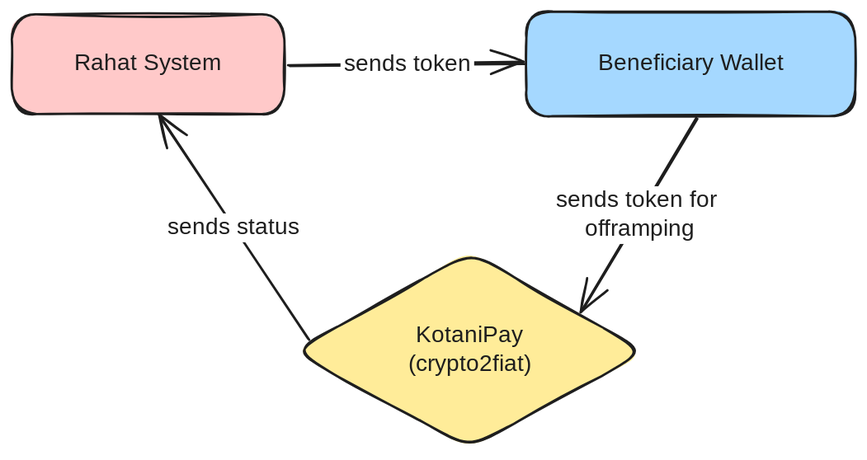
This is docs/diagrams/offramp-kotani.excalidraw.svg from rahataid/rahat-platform, a Excalidraw export, as it was before one commit. Source tidied: one line per element, renumbered; positions are measured from the earlier drawing's top-left corner, leaving out a move shared by most shapes.
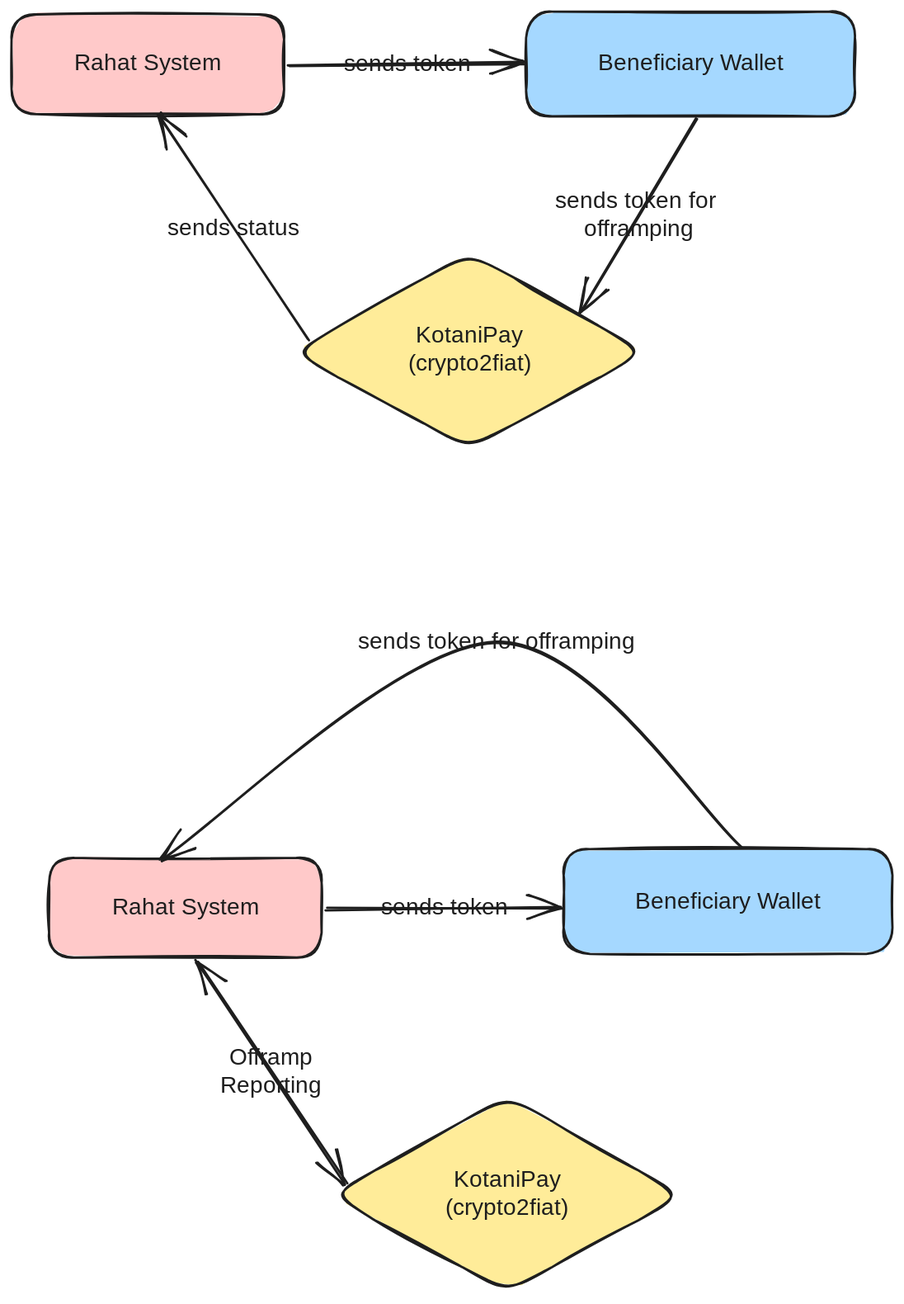
The same diagram one commit later.

What changed in the source:
```diff
@@ -1,12 +1,24 @@
 {"id": 0, "type": "rectangle", "strokeColor": "#1e1e1e", "backgroundColor": "#ffc9c9", "fillStyle": "solid", "strokeWidth": 2, "roughness": 1, "round": true, "x": 0, "y": 2, "width": 236, "height": 86}
-{"id": 1, "type": "text", "text": "Rahat System", "strokeColor": "#1e1e1e", "strokeWidth": 2, "roughness": 1, "fontSize": 20, "fontFamily": 1, "textAlign": "center", "verticalAlign": "middle", "inside": 0, "x": 49, "y": 33, "width": 139, "height": 25}
+{"id": 1, "type": "text", "text": "Rahat System", "strokeColor": "#1e1e1e", "strokeWidth": 2, "roughness": 1, "fontSize": 20, "fontFamily": 1, "textAlign": "center", "verticalAlign": "middle", "inside": 0, "x": 49, "y": 33, "width": 139, "height": 24}
 {"id": 2, "type": "rectangle", "strokeColor": "#1e1e1e", "backgroundColor": "#a5d8ff", "fillStyle": "solid", "strokeWidth": 2, "roughness": 1, "round": true, "x": 446, "y": 0, "width": 285, "height": 91}
-{"id": 3, "type": "text", "text": "Beneficiary Wallet", "strokeColor": "#1e1e1e", "strokeWidth": 2, "roughness": 1, "fontSize": 20, "fontFamily": 1, "textAlign": "center", "verticalAlign": "middle", "inside": 2, "x": 500, "y": 33, "width": 177, "height": 25}
+{"id": 3, "type": "text", "text": "Beneficiary Wallet", "strokeColor": "#1e1e1e", "strokeWidth": 2, "roughness": 1, "fontSize": 20, "fontFamily": 1, "textAlign": "center", "verticalAlign": "middle", "inside": 2, "x": 500, "y": 33, "width": 177, "height": 24}
 {"id": 4, "type": "diamond", "strokeColor": "#1e1e1e", "backgroundColor": "#ffec99", "fillStyle": "solid", "strokeWidth": 2, "roughness": 1, "round": true, "x": 244, "y": 209, "width": 305, "height": 170}
-{"id": 5, "type": "text", "text": "KotaniPay\n(crypto2fiat)", "strokeColor": "#1e1e1e", "backgroundColor": "#ffec99", "fillStyle": "solid", "strokeWidth": 2, "roughness": 1, "fontSize": 20, "fontFamily": 1, "textAlign": "center", "verticalAlign": "middle", "inside": 4, "x": 332, "y": 269, "width": 128, "height": 50}
+{"id": 5, "type": "text", "text": "KotaniPay\n(crypto2fiat)", "strokeColor": "#1e1e1e", "backgroundColor": "#ffec99", "fillStyle": "solid", "strokeWidth": 2, "roughness": 1, "fontSize": 20, "fontFamily": 1, "textAlign": "center", "verticalAlign": "middle", "inside": 4, "x": 332, "y": 269, "width": 128, "height": 48}
 {"id": 6, "type": "arrow", "strokeColor": "#1e1e1e", "backgroundColor": "#ffec99", "fillStyle": "solid", "strokeWidth": 2, "roughness": 1, "endArrowhead": "arrow", "round": true, "from": 0, "to": 2, "x": 241, "y": 46, "width": 204, "height": 1, "points": [[0, 0], [204, -1]]}
-{"id": 7, "type": "text", "text": "sends token", "strokeColor": "#1e1e1e", "backgroundColor": "#ffec99", "fillStyle": "solid", "strokeWidth": 2, "roughness": 1, "fontSize": 20, "fontFamily": 1, "textAlign": "center", "verticalAlign": "middle", "inside": 6, "x": 285, "y": 33, "width": 116, "height": 25}
+{"id": 7, "type": "text", "text": "sends token", "strokeColor": "#1e1e1e", "backgroundColor": "#ffec99", "fillStyle": "solid", "strokeWidth": 2, "roughness": 1, "fontSize": 20, "fontFamily": 1, "textAlign": "center", "verticalAlign": "middle", "inside": 6, "x": 285, "y": 34, "width": 116, "height": 24}
 {"id": 8, "type": "arrow", "strokeColor": "#1e1e1e", "backgroundColor": "#ffec99", "fillStyle": "solid", "strokeWidth": 2, "roughness": 1, "endArrowhead": "arrow", "round": true, "from": 2, "to": 4, "x": 593, "y": 92, "width": 99, "height": 168, "points": [[0, 0], [-99, 168]]}
-{"id": 9, "type": "text", "text": "sends token for \nofframping", "strokeColor": "#1e1e1e", "backgroundColor": "#ffec99", "fillStyle": "solid", "strokeWidth": 2, "roughness": 1, "fontSize": 20, "fontFamily": 1, "textAlign": "center", "verticalAlign": "middle", "inside": 8, "x": 419, "y": 121, "width": 165, "height": 50}
+{"id": 9, "type": "text", "text": "sends token for \nofframping", "strokeColor": "#1e1e1e", "backgroundColor": "#ffec99", "fillStyle": "solid", "strokeWidth": 2, "roughness": 1, "fontSize": 20, "fontFamily": 1, "textAlign": "center", "verticalAlign": "middle", "inside": 8, "x": 461, "y": 152, "width": 165, "height": 48}
 {"id": 10, "type": "arrow", "strokeColor": "#1e1e1e", "backgroundColor": "#ffec99", "fillStyle": "solid", "strokeWidth": 2, "roughness": 1, "endArrowhead": "arrow", "round": true, "from": 4, "to": 0, "x": 257, "y": 285, "width": 129, "height": 194, "points": [[0, 0], [-129, -194]]}
-{"id": 11, "type": "text", "text": "sends status", "strokeColor": "#1e1e1e", "backgroundColor": "#ffec99", "fillStyle": "solid", "strokeWidth": 2, "roughness": 1, "fontSize": 20, "fontFamily": 1, "textAlign": "center", "verticalAlign": "middle", "inside": 10, "x": 125, "y": 164, "width": 132, "height": 25}
+{"id": 11, "type": "text", "text": "sends status", "strokeColor": "#1e1e1e", "backgroundColor": "#ffec99", "fillStyle": "solid", "strokeWidth": 2, "roughness": 1, "fontSize": 20, "fontFamily": 1, "textAlign": "center", "verticalAlign": "middle", "inside": 10, "x": 126, "y": 175, "width": 132, "height": 24}
+{"id": 12, "type": "rectangle", "strokeColor": "#1e1e1e", "backgroundColor": "#ffc9c9", "fillStyle": "solid", "strokeWidth": 2, "roughness": 1, "round": true, "x": 33, "y": 733, "width": 236, "height": 86}
+{"id": 13, "type": "text", "text": "Rahat System", "strokeColor": "#1e1e1e", "strokeWidth": 2, "roughness": 1, "fontSize": 20, "fontFamily": 1, "textAlign": "center", "verticalAlign": "middle", "inside": 12, "x": 81, "y": 764, "width": 139, "height": 24}
+{"id": 14, "type": "rectangle", "strokeColor": "#1e1e1e", "backgroundColor": "#a5d8ff", "fillStyle": "solid", "strokeWidth": 2, "roughness": 1, "round": true, "x": 478, "y": 725, "width": 285, "height": 91}
+{"id": 15, "type": "text", "text": "Beneficiary Wallet", "strokeColor": "#1e1e1e", "strokeWidth": 2, "roughness": 1, "fontSize": 20, "fontFamily": 1, "textAlign": "center", "verticalAlign": "middle", "inside": 14, "x": 532, "y": 758, "width": 177, "height": 24}
+{"id": 16, "type": "diamond", "strokeColor": "#1e1e1e", "backgroundColor": "#ffec99", "fillStyle": "solid", "strokeWidth": 2, "roughness": 1, "round": true, "x": 276, "y": 939, "width": 305, "height": 170}
+{"id": 17, "type": "text", "text": "KotaniPay\n(crypto2fiat)", "strokeColor": "#1e1e1e", "backgroundColor": "#ffec99", "fillStyle": "solid", "strokeWidth": 2, "roughness": 1, "fontSize": 20, "fontFamily": 1, "textAlign": "center", "verticalAlign": "middle", "inside": 16, "x": 365, "y": 1000, "width": 128, "height": 48}
+{"id": 18, "type": "arrow", "strokeColor": "#1e1e1e", "backgroundColor": "#ffec99", "fillStyle": "solid", "strokeWidth": 2, "roughness": 1, "endArrowhead": "arrow", "round": true, "from": 12, "to": 14, "x": 273, "y": 776, "width": 204, "height": 1, "points": [[0, 0], [204, -1]]}
+{"id": 19, "type": "text", "text": "sends token", "strokeColor": "#1e1e1e", "backgroundColor": "#ffec99", "fillStyle": "solid", "strokeWidth": 2, "roughness": 1, "fontSize": 20, "fontFamily": 1, "textAlign": "center", "verticalAlign": "middle", "inside": 18, "x": 317, "y": 764, "width": 116, "height": 24}
+{"id": 20, "type": "arrow", "strokeColor": "#1e1e1e", "backgroundColor": "#ffec99", "fillStyle": "solid", "strokeWidth": 2, "roughness": 1, "startArrowhead": "arrow", "endArrowhead": "arrow", "round": true, "from": 16, "to": 12, "x": 289, "y": 1015, "width": 129, "height": 194, "points": [[0, 0], [-129, -194]]}
+{"id": 21, "type": "text", "text": "Offramp\nReporting", "strokeColor": "#1e1e1e", "backgroundColor": "#ffec99", "fillStyle": "solid", "strokeWidth": 2, "roughness": 1, "fontSize": 20, "fontFamily": 1, "textAlign": "center", "verticalAlign": "middle", "inside": 20, "x": 180, "y": 894, "width": 89, "height": 48}
+{"id": 22, "type": "arrow", "strokeColor": "#1e1e1e", "backgroundColor": "#ffec99", "fillStyle": "solid", "strokeWidth": 2, "roughness": 1, "endArrowhead": "arrow", "round": true, "from": 14, "x": 632, "y": 723, "width": 501, "height": 188, "points": [[0, 0], [-212, -177], [-501, 11]]}
+{"id": 23, "type": "text", "text": "sends token for offramping", "strokeColor": "#1e1e1e", "backgroundColor": "#ffec99", "fillStyle": "solid", "strokeWidth": 2, "roughness": 1, "fontSize": 20, "fontFamily": 1, "textAlign": "center", "verticalAlign": "middle", "inside": 22, "x": 288, "y": 534, "width": 264, "height": 24}
```
